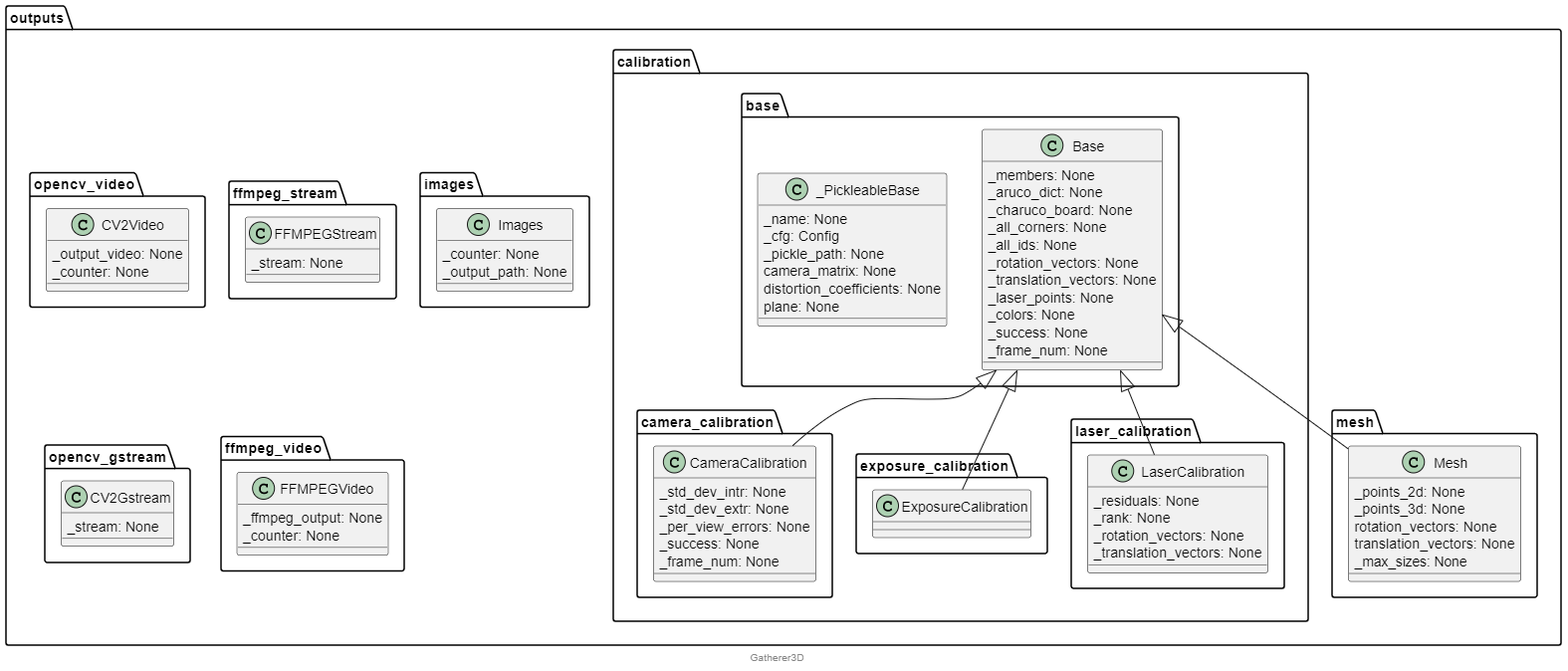
This is docs/architecture/exports/3-outputs.png from kArmadi110/Gatherer3Dv2, a PlantUML export, as it was before one commit. Its source is kept beside it as docs/architecture/3-outputs.puml.
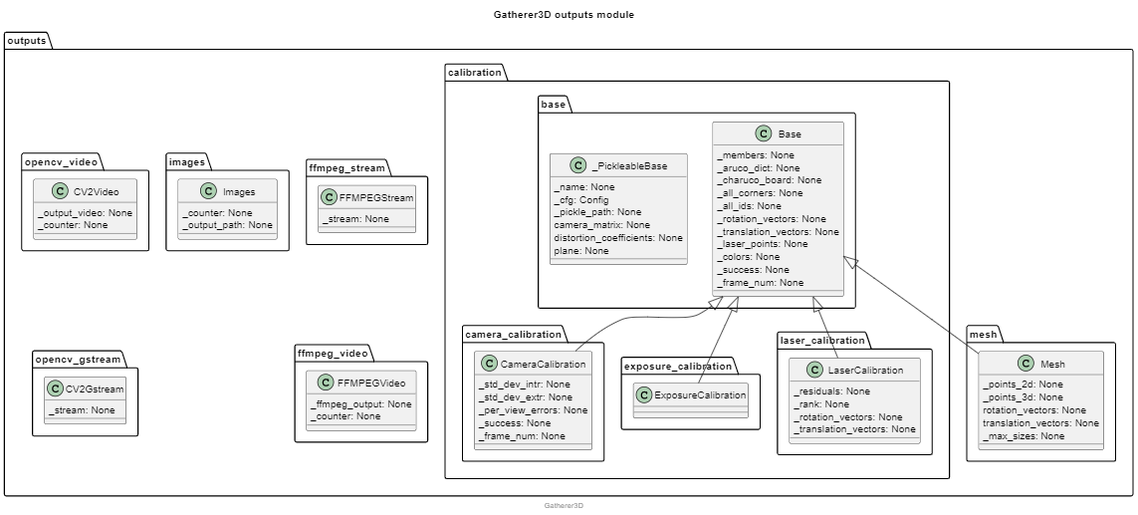
After the commit.

Change to the diagram source:
```diff
@@ -1,4 +1,7 @@
-@startuml outputs
+@startuml Gatherer3D outputs module
+
+title **Gatherer3D outputs module**
+
 namespace outputs {
     namespace calibration {
         namespace base {}
```
